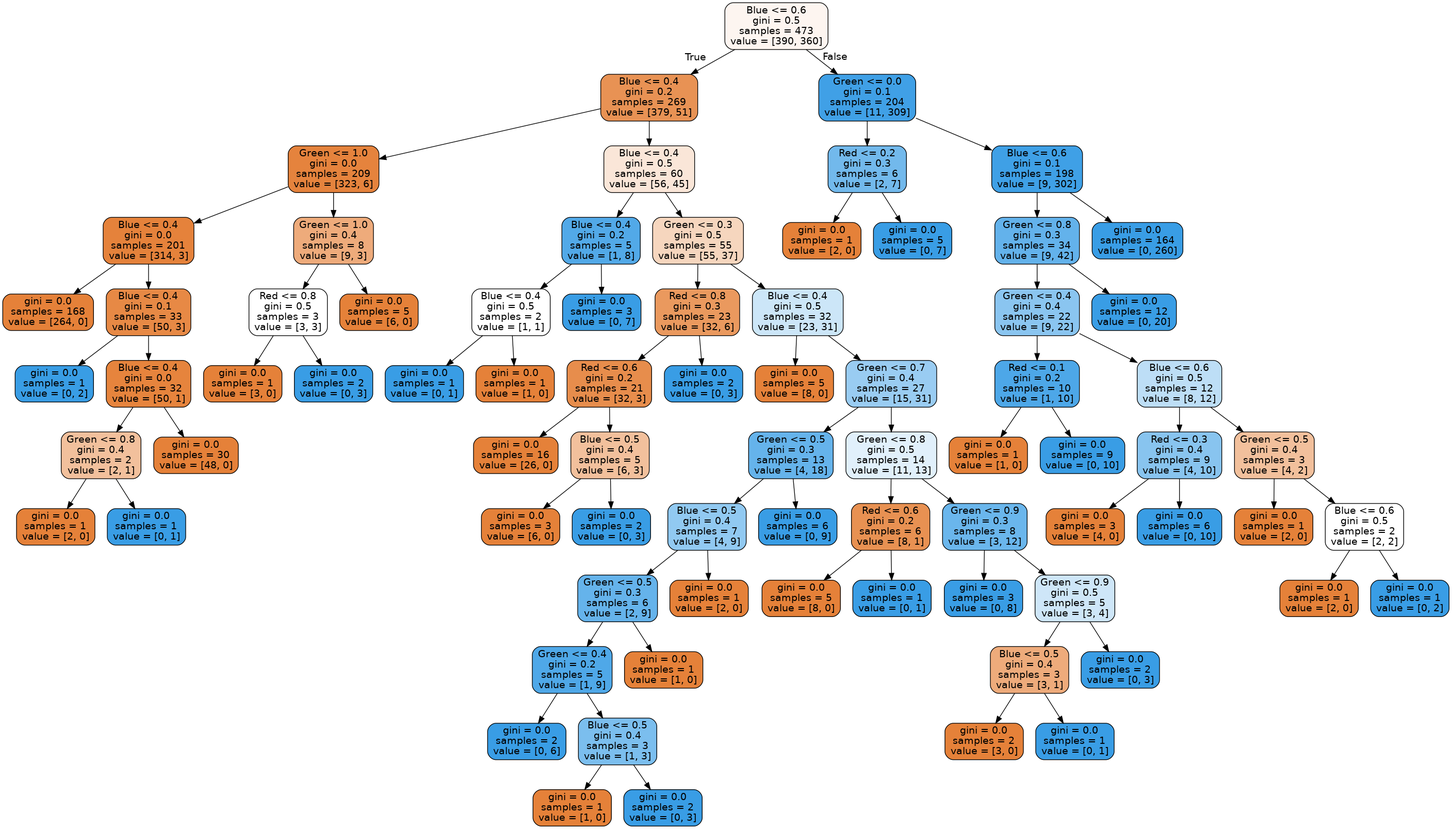
Before: model/tree.png, a diagram exported from Graphviz (KarthikUdyawar/Color-detection). Its source is kept beside it as model/tree.dot.
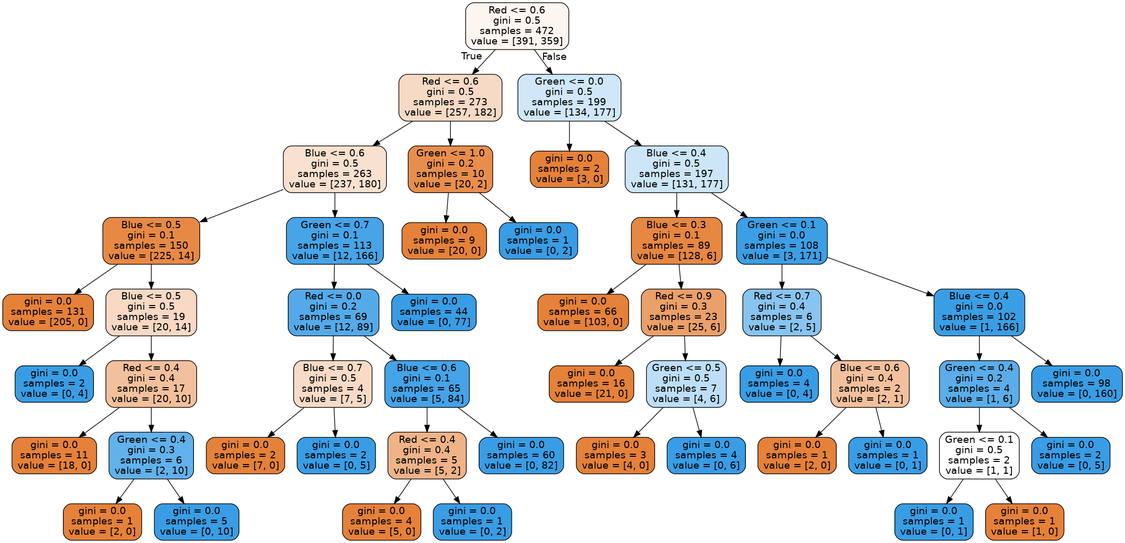
Above is the later version.

What changed in the source:
```diff
@@ -1,109 +1,101 @@
 digraph Tree {
 node [shape=box, style="filled, rounded", color="black", fontname="helvetica"] ;
 edge [fontname="helvetica"] ;
-0 [label="Blue <= 0.5\ngini = 0.5\nsamples = 471\nvalue = [380, 370]", fillcolor="#fefcfa"] ;
-1 [label="Blue <= 0.4\ngini = 0.1\nsamples = 237\nvalue = [351, 28]", fillcolor="#e78b49"] ;
+0 [label="Red <= 0.6\ngini = 0.5\nsamples = 472\nvalue = [391, 359]", fillcolor="#fdf5ef"] ;
+1 [label="Red <= 0.6\ngini = 0.5\nsamples = 273\nvalue = [257, 182]", fillcolor="#f7dac5"] ;
 0 -> 1 [labeldistance=2.5, labelangle=45, headlabel="True"] ;
-2 [label="Green <= 1.0\ngini = 0.0\nsamples = 198\nvalue = [310, 5]", fillcolor="#e5833c"] ;
+2 [label="Blue <= 0.6\ngini = 0.5\nsamples = 263\nvalue = [237, 180]", fillcolor="#f9e1cf"] ;
 1 -> 2 ;
-3 [label="Red <= 1.0\ngini = 0.0\nsamples = 192\nvalue = [301, 3]", fillcolor="#e5823b"] ;
+3 [label="Blue <= 0.5\ngini = 0.1\nsamples = 150\nvalue = [225, 14]", fillcolor="#e78945"] ;
 2 -> 3 ;
-4 [label="Green <= 0.8\ngini = 0.0\nsamples = 190\nvalue = [300, 2]", fillcolor="#e5823a"] ;
+4 [label="gini = 0.0\nsamples = 131\nvalue = [205, 0]", fillcolor="#e58139"] ;
 3 -> 4 ;
-5 [label="gini = 0.0\nsamples = 161\nvalue = [260, 0]", fillcolor="#e58139"] ;
-4 -> 5 ;
-6 [label="Green <= 0.8\ngini = 0.1\nsamples = 29\nvalue = [40, 2]", fillcolor="#e68743"] ;
-4 -> 6 ;
-7 [label="gini = 0.0\nsamples = 1\nvalue = [0, 2]", fillcolor="#399de5"] ;
-6 -> 7 ;
-8 [label="gini = 0.0\nsamples = 28\nvalue = [40, 0]", fillcolor="#e58139"] ;
-6 -> 8 ;
-9 [label="Red <= 1.0\ngini = 0.5\nsamples = 2\nvalue = [1, 1]", fillcolor="#ffffff"] ;
-3 -> 9 ;
-10 [label="gini = 0.0\nsamples = 1\nvalue = [0, 1]", fillcolor="#399de5"] ;
+5 [label="Blue <= 0.5\ngini = 0.5\nsamples = 19\nvalue = [20, 14]", fillcolor="#f7d9c4"] ;
+3 -> 5 ;
+6 [label="gini = 0.0\nsamples = 2\nvalue = [0, 4]", fillcolor="#399de5"] ;
+5 -> 6 ;
+7 [label="Red <= 0.4\ngini = 0.4\nsamples = 17\nvalue = [20, 10]", fillcolor="#f2c09c"] ;
+5 -> 7 ;
+8 [label="gini = 0.0\nsamples = 11\nvalue = [18, 0]", fillcolor="#e58139"] ;
+7 -> 8 ;
+9 [label="Green <= 0.4\ngini = 0.3\nsamples = 6\nvalue = [2, 10]", fillcolor="#61b1ea"] ;
+7 -> 9 ;
+10 [label="gini = 0.0\nsamples = 1\nvalue = [2, 0]", fillcolor="#e58139"] ;
 9 -> 10 ;
-11 [label="gini = 0.0\nsamples = 1\nvalue = [1, 0]", fillcolor="#e58139"] ;
+11 [label="gini = 0.0\nsamples = 5\nvalue = [0, 10]", fillcolor="#399de5"] ;
 9 -> 11 ;
-12 [label="Green <= 1.0\ngini = 0.3\nsamples = 6\nvalue = [9, 2]", fillcolor="#eb9d65"] ;
+12 [label="Green <= 0.7\ngini = 0.1\nsamples = 113\nvalue = [12, 166]", fillcolor="#47a4e7"] ;
 2 -> 12 ;
-13 [label="gini = 0.0\nsamples = 1\nvalue = [0, 2]", fillcolor="#399de5"] ;
+13 [label="Red <= 0.0\ngini = 0.2\nsamples = 69\nvalue = [12, 89]", fillcolor="#54aae9"] ;
 12 -> 13 ;
-14 [label="gini = 0.0\nsamples = 5\nvalue = [9, 0]", fillcolor="#e58139"] ;
-12 -> 14 ;
-15 [label="Blue <= 0.4\ngini = 0.5\nsamples = 39\nvalue = [41, 23]", fillcolor="#f4c8a8"] ;
-1 -> 15 ;
+14 [label="Blue <= 0.7\ngini = 0.5\nsamples = 4\nvalue = [7, 5]", fillcolor="#f8dbc6"] ;
+13 -> 14 ;
+15 [label="gini = 0.0\nsamples = 2\nvalue = [7, 0]", fillcolor="#e58139"] ;
+14 -> 15 ;
 16 [label="gini = 0.0\nsamples = 2\nvalue = [0, 5]", fillcolor="#399de5"] ;
-15 -> 16 ;
-17 [label="Green <= 0.9\ngini = 0.4\nsamples = 37\nvalue = [41, 18]", fillcolor="#f0b890"] ;
-15 -> 17 ;
-18 [label="Red <= 0.8\ngini = 0.4\nsamples = 35\nvalue = [41, 16]", fillcolor="#efb286"] ;
+14 -> 16 ;
+17 [label="Blue <= 0.6\ngini = 0.1\nsamples = 65\nvalue = [5, 84]", fillcolor="#45a3e7"] ;
+13 -> 17 ;
+18 [label="Red <= 0.4\ngini = 0.4\nsamples = 5\nvalue = [5, 2]", fillcolor="#efb388"] ;
 17 -> 18 ;
-19 [label="Red <= 0.6\ngini = 0.1\nsamples = 26\nvalue = [41, 3]", fillcolor="#e78a47"] ;
+19 [label="gini = 0.0\nsamples = 4\nvalue = [5, 0]", fillcolor="#e58139"] ;
 18 -> 19 ;
-20 [label="gini = 0.0\nsamples = 21\nvalue = [37, 0]", fillcolor="#e58139"] ;
-19 -> 20 ;
-21 [label="Red <= 0.8\ngini = 0.5\nsamples = 5\nvalue = [4, 3]", fillcolor="#f8e0ce"] ;
-19 -> 21 ;
-22 [label="gini = 0.0\nsamples = 2\nvalue = [0, 2]", fillcolor="#399de5"] ;
-21 -> 22 ;
-23 [label="Green <= 0.2\ngini = 0.3\nsamples = 3\nvalue = [4, 1]", fillcolor="#eca06a"] ;
-21 -> 23 ;
-24 [label="gini = 0.0\nsamples = 2\nvalue = [4, 0]", fillcolor="#e58139"] ;
+20 [label="gini = 0.0\nsamples = 1\nvalue = [0, 2]", fillcolor="#399de5"] ;
+18 -> 20 ;
+21 [label="gini = 0.0\nsamples = 60\nvalue = [0, 82]", fillcolor="#399de5"] ;
+17 -> 21 ;
+22 [label="gini = 0.0\nsamples = 44\nvalue = [0, 77]", fillcolor="#399de5"] ;
+12 -> 22 ;
+23 [label="Green <= 1.0\ngini = 0.2\nsamples = 10\nvalue = [20, 2]", fillcolor="#e88e4d"] ;
+1 -> 23 ;
+24 [label="gini = 0.0\nsamples = 9\nvalue = [20, 0]", fillcolor="#e58139"] ;
 23 -> 24 ;
-25 [label="gini = 0.0\nsamples = 1\nvalue = [0, 1]", fillcolor="#399de5"] ;
+25 [label="gini = 0.0\nsamples = 1\nvalue = [0, 2]", fillcolor="#399de5"] ;
 23 -> 25 ;
-26 [label="gini = 0.0\nsamples = 9\nvalue = [0, 13]", fillcolor="#399de5"] ;
-18 -> 26 ;
-27 [label="gini = 0.0\nsamples = 2\nvalue = [0, 2]", fillcolor="#399de5"] ;
-17 -> 27 ;
-28 [label="Green <= 0.5\ngini = 0.1\nsamples = 234\nvalue = [29, 342]", fillcolor="#4aa5e7"] ;
-0 -> 28 [labeldistance=2.5, labelangle=-45, headlabel="False"] ;
-29 [label="Blue <= 0.6\ngini = 0.2\nsamples = 125\nvalue = [28, 169]", fillcolor="#5aade9"] ;
+26 [label="Green <= 0.0\ngini = 0.5\nsamples = 199\nvalue = [134, 177]", fillcolor="#cfe7f9"] ;
+0 -> 26 [labeldistance=2.5, labelangle=-45, headlabel="False"] ;
+27 [label="gini = 0.0\nsamples = 2\nvalue = [3, 0]", fillcolor="#e58139"] ;
+26 -> 27 ;
+28 [label="Blue <= 0.4\ngini = 0.5\nsamples = 197\nvalue = [131, 177]", fillcolor="#cce6f8"] ;
+26 -> 28 ;
+29 [label="Blue <= 0.3\ngini = 0.1\nsamples = 89\nvalue = [128, 6]", fillcolor="#e68742"] ;
 28 -> 29 ;
-30 [label="Blue <= 0.5\ngini = 0.5\nsamples = 26\nvalue = [24, 14]", fillcolor="#f4caac"] ;
+30 [label="gini = 0.0\nsamples = 66\nvalue = [103, 0]", fillcolor="#e58139"] ;
 29 -> 30 ;
-31 [label="gini = 0.0\nsamples = 2\nvalue = [0, 2]", fillcolor="#399de5"] ;
-30 -> 31 ;
-32 [label="Red <= 0.5\ngini = 0.4\nsamples = 24\nvalue = [24, 12]", fillcolor="#f2c09c"] ;
-30 -> 32 ;
-33 [label="Blue <= 0.6\ngini = 0.1\nsamples = 17\nvalue = [24, 2]", fillcolor="#e78c49"] ;
-32 -> 33 ;
-34 [label="gini = 0.0\nsamples = 15\nvalue = [22, 0]", fillcolor="#e58139"] ;
+31 [label="Red <= 0.9\ngini = 0.3\nsamples = 23\nvalue = [25, 6]", fillcolor="#eb9f69"] ;
+29 -> 31 ;
+32 [label="gini = 0.0\nsamples = 16\nvalue = [21, 0]", fillcolor="#e58139"] ;
+31 -> 32 ;
+33 [label="Green <= 0.5\ngini = 0.5\nsamples = 7\nvalue = [4, 6]", fillcolor="#bddef6"] ;
+31 -> 33 ;
+34 [label="gini = 0.0\nsamples = 3\nvalue = [4, 0]", fillcolor="#e58139"] ;
 33 -> 34 ;
-35 [label="Green <= 0.1\ngini = 0.5\nsamples = 2\nvalue = [2, 2]", fillcolor="#ffffff"] ;
+35 [label="gini = 0.0\nsamples = 4\nvalue = [0, 6]", fillcolor="#399de5"] ;
 33 -> 35 ;
-36 [label="gini = 0.0\nsamples = 1\nvalue = [0, 2]", fillcolor="#399de5"] ;
-35 -> 36 ;
-37 [label="gini = 0.0\nsamples = 1\nvalue = [2, 0]", fillcolor="#e58139"] ;
-35 -> 37 ;
-38 [label="gini = 0.0\nsamples = 7\nvalue = [0, 10]", fillcolor="#399de5"] ;
-32 -> 38 ;
-39 [label="Green <= 0.2\ngini = 0.0\nsamples = 99\nvalue = [4, 155]", fillcolor="#3ea0e6"] ;
-29 -> 39 ;
-40 [label="gini = 0.0\nsamples = 40\nvalue = [0, 62]", fillcolor="#399de5"] ;
+36 [label="Green <= 0.1\ngini = 0.0\nsamples = 108\nvalue = [3, 171]", fillcolor="#3c9fe5"] ;
+28 -> 36 ;
+37 [label="Red <= 0.7\ngini = 0.4\nsamples = 6\nvalue = [2, 5]", fillcolor="#88c4ef"] ;
+36 -> 37 ;
+38 [label="gini = 0.0\nsamples = 4\nvalue = [0, 4]", fillcolor="#399de5"] ;
+37 -> 38 ;
+39 [label="Blue <= 0.6\ngini = 0.4\nsamples = 2\nvalue = [2, 1]", fillcolor="#f2c09c"] ;
+37 -> 39 ;
+40 [label="gini = 0.0\nsamples = 1\nvalue = [2, 0]", fillcolor="#e58139"] ;
 39 -> 40 ;
-41 [label="Green <= 0.2\ngini = 0.1\nsamples = 59\nvalue = [4, 93]", fillcolor="#42a1e6"] ;
+41 [label="gini = 0.0\nsamples = 1\nvalue = [0, 1]", fillcolor="#399de5"] ;
 39 -> 41 ;
-42 [label="gini = 0.0\nsamples = 1\nvalue = [2, 0]", fillcolor="#e58139"] ;
-41 -> 42 ;
-43 [label="Red <= 0.2\ngini = 0.0\nsamples = 58\nvalue = [2, 93]", fillcolor="#3d9fe6"] ;
-41 -> 43 ;
-44 [label="Red <= 0.1\ngini = 0.3\nsamples = 8\nvalue = [2, 9]", fillcolor="#65b3eb"] ;
+42 [label="Blue <= 0.4\ngini = 0.0\nsamples = 102\nvalue = [1, 166]", fillcolor="#3a9ee5"] ;
+36 -> 42 ;
+43 [label="Green <= 0.4\ngini = 0.2\nsamples = 4\nvalue = [1, 6]", fillcolor="#5aade9"] ;
+42 -> 43 ;
+44 [label="Green <= 0.1\ngini = 0.5\nsamples = 2\nvalue = [1, 1]", fillcolor="#ffffff"] ;
 43 -> 44 ;
-45 [label="gini = 0.0\nsamples = 7\nvalue = [0, 9]", fillcolor="#399de5"] ;
+45 [label="gini = 0.0\nsamples = 1\nvalue = [0, 1]", fillcolor="#399de5"] ;
 44 -> 45 ;
-46 [label="gini = 0.0\nsamples = 1\nvalue = [2, 0]", fillcolor="#e58139"] ;
+46 [label="gini = 0.0\nsamples = 1\nvalue = [1, 0]", fillcolor="#e58139"] ;
 44 -> 46 ;
-47 [label="gini = 0.0\nsamples = 50\nvalue = [0, 84]", fillcolor="#399de5"] ;
+47 [label="gini = 0.0\nsamples = 2\nvalue = [0, 5]", fillcolor="#399de5"] ;
 43 -> 47 ;
-48 [label="Blue <= 0.6\ngini = 0.0\nsamples = 109\nvalue = [1, 173]", fillcolor="#3a9ee5"] ;
-28 -> 48 ;
-49 [label="Red <= 0.2\ngini = 0.1\nsamples = 17\nvalue = [1, 24]", fillcolor="#41a1e6"] ;
-48 -> 49 ;
-50 [label="gini = 0.0\nsamples = 1\nvalue = [1, 0]", fillcolor="#e58139"] ;
-49 -> 50 ;
-51 [label="gini = 0.0\nsamples = 16\nvalue = [0, 24]", fillcolor="#399de5"] ;
-49 -> 51 ;
-52 [label="gini = 0.0\nsamples = 92\nvalue = [0, 149]", fillcolor="#399de5"] ;
-48 -> 52 ;
+48 [label="gini = 0.0\nsamples = 98\nvalue = [0, 160]", fillcolor="#399de5"] ;
+42 -> 48 ;
 }
```
